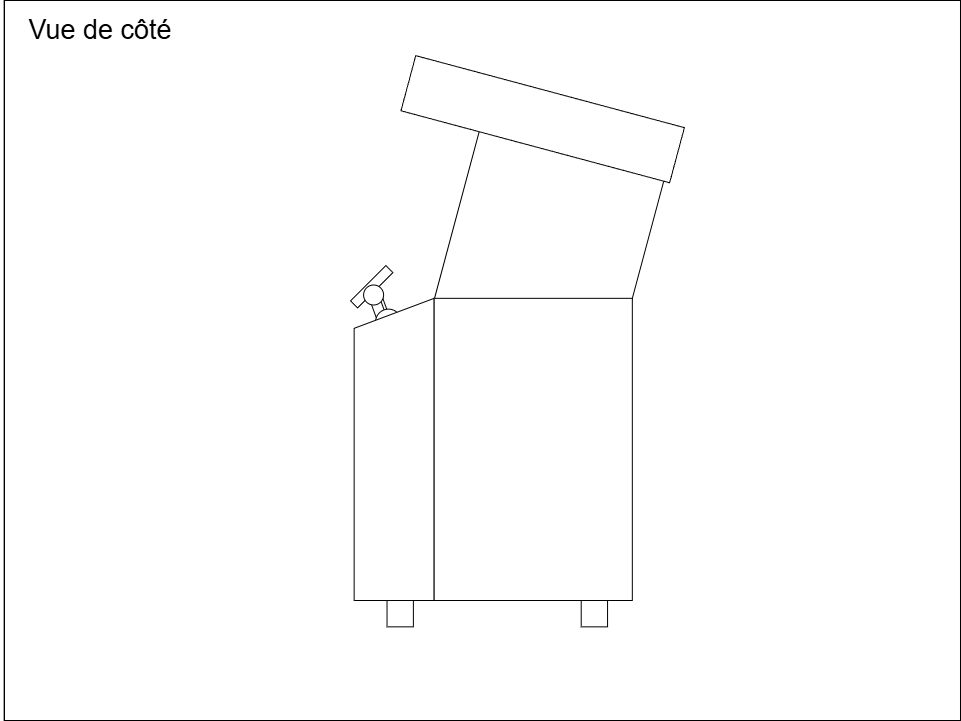
Above: technique/plan_implantation_02.drawio.png in deux-intelligence/deux-neurones (draw.io), before the change. Source tidied: cells renumbered, new cells last; positions are measured from the earlier drawing's top-left corner, leaving out a move shared by most shapes.
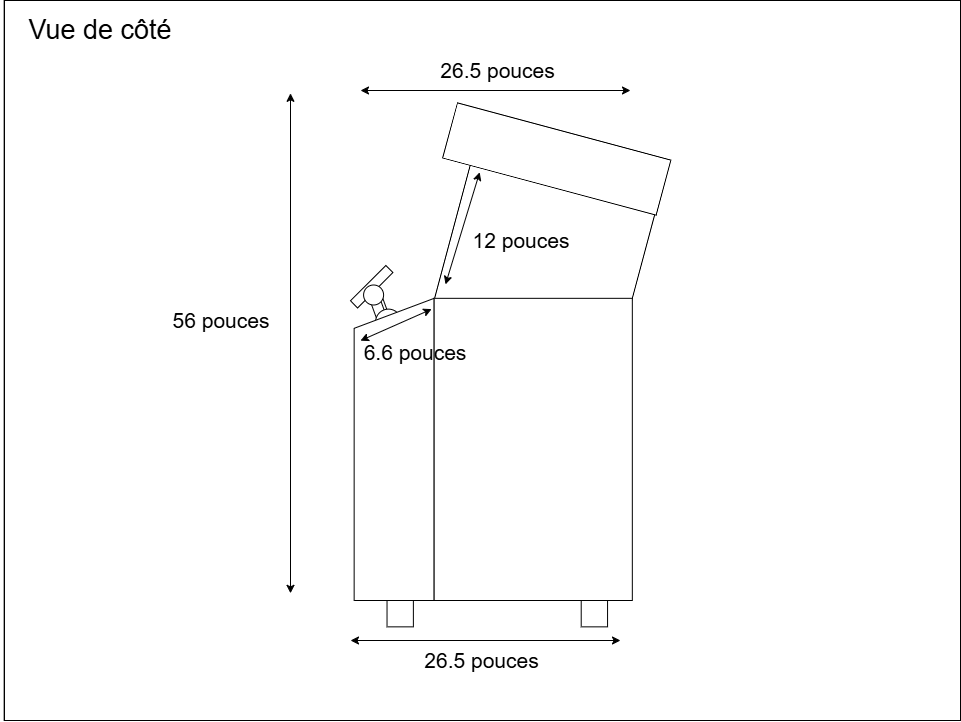
The same diagram one commit later.

Commit message:
Ajout des mesures au plan d<implantation vue de côté

Diff of the diagram source:
```diff
@@ -9,7 +9,7 @@
       <mxGeometry x="3.7" width="956.4" height="720" as="geometry" />
     </mxCell>
     <mxCell id="4" style="rounded=0;whiteSpace=wrap;html=1;rotation=15;direction=west;" parent="3" vertex="1">
-      <mxGeometry x="452.6" y="100" width="191.1" height="254.8" as="geometry" />
+      <mxGeometry x="442.2" y="179.3" width="191.1" height="174.1" as="geometry" />
     </mxCell>
     <mxCell id="5" style="group;" parent="3" vertex="1">
       <mxGeometry x="346.3" y="265" width="44.5" height="69.7" as="geometry" />
@@ -36,7 +36,7 @@
       <mxGeometry x="371.4" y="308.6" width="25.7" height="25.7" as="geometry" />
     </mxCell>
     <mxCell id="13" style="rounded=0;whiteSpace=wrap;html=1;rotation=15;" parent="3" vertex="1">
-      <mxGeometry x="399.5" y="90.2" width="278.1" height="57.1" as="geometry" />
+      <mxGeometry x="442.2" y="130" width="221" height="57.1" as="geometry" />
     </mxCell>
     <mxCell id="14" style="shape=manualInput;whiteSpace=wrap;html=1;" parent="3" vertex="1">
       <mxGeometry x="350" y="297.8" width="80" height="302.2" as="geometry" />
@@ -47,8 +47,52 @@
     <mxCell id="16" style="rounded=0;whiteSpace=wrap;html=1;" parent="3" vertex="1">
       <mxGeometry x="430" y="297.8" width="198.2" height="302.2" as="geometry" />
     </mxCell>
+    <mxCell id="18" style="endArrow=classic;startArrow=classic;html=1;exitX=0.079;exitY=0.14;exitDx=0;exitDy=0;exitPerimeter=0;" parent="3" edge="1" source="14">
+      <mxGeometry relative="1" as="geometry">
+        <mxPoint x="427.6" y="308.6" as="targetPoint" />
+      </mxGeometry>
+    </mxCell>
+    <mxCell id="19" value="6.6 pouces" style="text;html=1;whiteSpace=wrap;strokeColor=none;fillColor=none;align=center;verticalAlign=middle;rounded=0;fontSize=21;" parent="3" vertex="1">
+      <mxGeometry x="356.4" y="342.1" width="110" height="20" as="geometry" />
+    </mxCell>
+    <mxCell id="20" style="endArrow=classic;startArrow=classic;html=1;exitX=0.987;exitY=0.212;exitDx=0;exitDy=0;exitPerimeter=0;" parent="3" edge="1">
+      <mxGeometry relative="1" as="geometry">
+        <mxPoint x="441.4" y="283.9" as="sourcePoint" />
+        <mxPoint x="475.5" y="171.8" as="targetPoint" />
+      </mxGeometry>
+    </mxCell>
+    <mxCell id="21" value="12 pouces" style="text;html=1;whiteSpace=wrap;strokeColor=none;fillColor=none;align=center;verticalAlign=middle;rounded=0;fontSize=21;" parent="3" vertex="1">
+      <mxGeometry x="466.4" y="230" width="101.5" height="20" as="geometry" />
+    </mxCell>
+    <mxCell id="22" style="endArrow=classic;startArrow=classic;html=1;" parent="3" edge="1">
+      <mxGeometry relative="1" as="geometry">
+        <mxPoint x="356.3" y="90" as="sourcePoint" />
+        <mxPoint x="626.4" y="90" as="targetPoint" />
+      </mxGeometry>
+    </mxCell>
+    <mxCell id="23" value="26.5 pouces" style="text;html=1;whiteSpace=wrap;strokeColor=none;fillColor=none;align=center;verticalAlign=middle;rounded=0;fontSize=21;" parent="3" vertex="1">
+      <mxGeometry x="430" y="60" width="127.2" height="20" as="geometry" />
+    </mxCell>
     <mxCell id="17" value="Vue de côté" style="text;html=1;whiteSpace=wrap;strokeColor=none;fillColor=none;align=center;verticalAlign=middle;rounded=0;fontSize=27;" parent="1" vertex="1">
       <mxGeometry width="200" height="60" as="geometry" />
     </mxCell>
+    <mxCell id="24" style="endArrow=classic;startArrow=classic;html=1;" parent="1" edge="1">
+      <mxGeometry relative="1" as="geometry">
+        <mxPoint x="350" y="640" as="sourcePoint" />
+        <mxPoint x="620" y="640" as="targetPoint" />
+      </mxGeometry>
+    </mxCell>
+    <mxCell id="25" value="26.5 pouces" style="text;html=1;whiteSpace=wrap;strokeColor=none;fillColor=none;align=center;verticalAlign=middle;rounded=0;fontSize=21;" parent="1" vertex="1">
+      <mxGeometry x="418.2" y="650" width="127.2" height="20" as="geometry" />
+    </mxCell>
+    <mxCell id="26" style="endArrow=classic;startArrow=classic;html=1;" parent="1" edge="1">
+      <mxGeometry relative="1" as="geometry">
+        <mxPoint x="290" y="592.8" as="sourcePoint" />
+        <mxPoint x="290" y="92.8" as="targetPoint" />
+      </mxGeometry>
+    </mxCell>
+    <mxCell id="27" value="56 pouces" style="text;html=1;whiteSpace=wrap;strokeColor=none;fillColor=none;align=center;verticalAlign=middle;rounded=0;fontSize=21;" parent="1" vertex="1">
+      <mxGeometry x="170" y="310" width="101.5" height="20" as="geometry" />
+    </mxCell>
   </root>
 </mxGraphModel>
```
